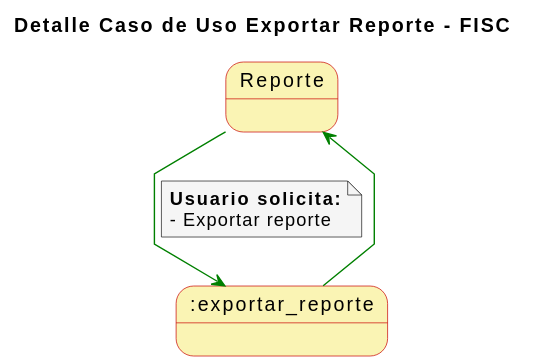
This is imagenes/casosDeUso/detallesCasosUso/detalleCasoUsoExportarReporte.svg from mmasias/23-24-IdSw1-SDR, a PlantUML export, as it was before one commit. The source it was exported from:
```plantuml
@startuml
skinparam state {
  BackgroundColor #faf4b4
  BorderColor #c90000
}

skinparam note {
  BackgroundColor #f5f5f5
}

skinparam linetype polyline

title Detalle Caso de Uso Exportar Reporte - FISC


Reporte -[#green]-> :exportar_reporte
note on link
  **Usuario solicita:**
  - Exportar reporte
end note

:exportar_reporte -[#green]-> Reporte
@enduml
```
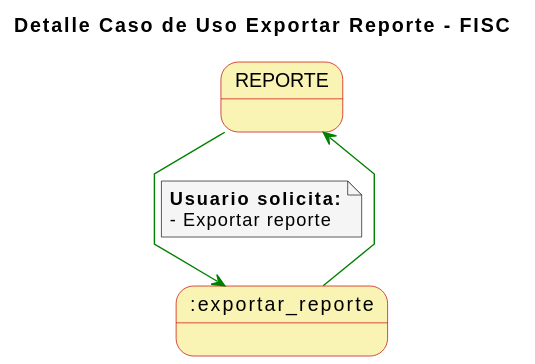
The same diagram one commit later.

Diff of the diagram source:
```diff
@@ -13,11 +13,11 @@
 title Detalle Caso de Uso Exportar Reporte - FISC
 
 
-Reporte -[#green]-> :exportar_reporte
+REPORTE-[#green]-> :exportar_reporte
 note on link
   **Usuario solicita:**
   - Exportar reporte
 end note
 
-:exportar_reporte -[#green]-> Reporte
+:exportar_reporte -[#green]-> REPORTE
 @enduml
```
